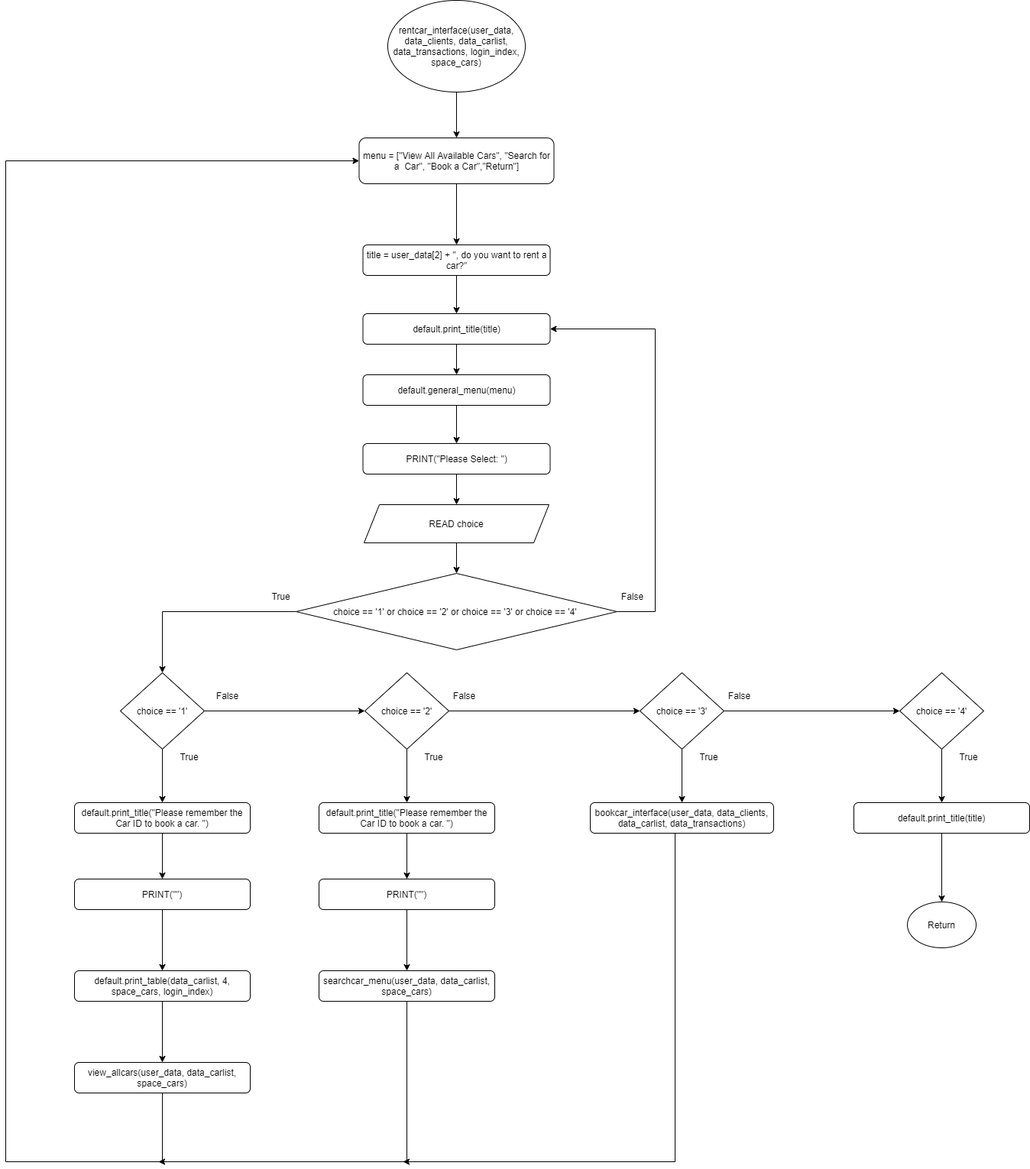
The draw.io diagram Flowchart/clients/rentcar_interface.png in RabbitBear00/Car-Rental-System, before a commit. Source tidied: cells renumbered, new cells last; positions are measured from the earlier drawing's top-left corner, leaving out a move shared by most shapes.
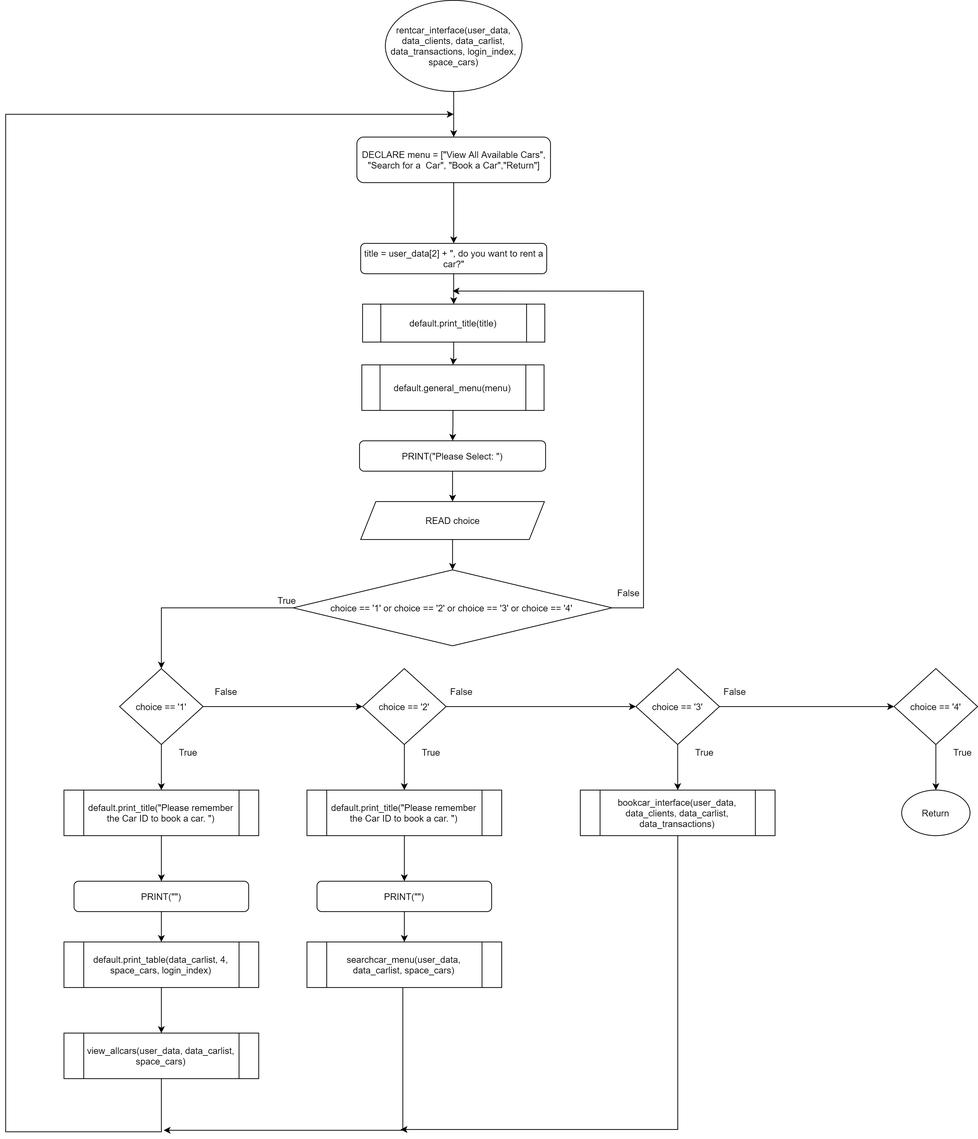
Above is the later version.

The edit, as a diff of the source:
```diff
@@ -11,162 +11,80 @@
     <mxCell id="4" style="edgeStyle=orthogonalEdgeStyle;rounded=0;jettySize=auto;html=1;" parent="1" edge="1" source="5" target="7">
       <mxGeometry relative="1" as="geometry" />
     </mxCell>
-    <mxCell id="5" value="menu = [&quot;View All Available Cars&quot;, &quot;Search for a  Car&quot;, &quot;Book a Car&quot;,&quot;Return&quot;]" style="rounded=1;whiteSpace=wrap;html=1;" parent="1" vertex="1">
+    <mxCell id="5" value="DECLARE menu = [&quot;View All Available Cars&quot;, &quot;Search for a  Car&quot;, &quot;Book a Car&quot;,&quot;Return&quot;]" style="rounded=1;whiteSpace=wrap;html=1;" parent="1" vertex="1">
       <mxGeometry x="462.5" y="180" width="255" height="60" as="geometry" />
     </mxCell>
-    <mxCell id="6" style="edgeStyle=orthogonalEdgeStyle;rounded=0;jettySize=auto;html=1;" parent="1" edge="1" source="7" target="12">
-      <mxGeometry relative="1" as="geometry" />
-    </mxCell>
+    <mxCell id="58" style="edgeStyle=orthogonalEdgeStyle;rounded=0;jettySize=auto;html=1;endArrow=classic;endFill=1;" parent="1" edge="1" source="7" target="64">
+      <mxGeometry relative="1" as="geometry" />
+    </mxCell>
     <mxCell id="7" value="title = user_data[2] + &quot;, do you want to rent a car?&quot;" style="rounded=1;whiteSpace=wrap;html=1;" parent="1" vertex="1">
       <mxGeometry x="467.5" y="320" width="245" height="40" as="geometry" />
     </mxCell>
     <mxCell id="8" style="edgeStyle=orthogonalEdgeStyle;rounded=0;jettySize=auto;html=1;exitX=0;exitY=0.5;exitDx=0;exitDy=0;entryX=0.5;entryY=0;entryDx=0;entryDy=0;" parent="1" edge="1" source="10" target="21">
       <mxGeometry relative="1" as="geometry" />
     </mxCell>
-    <mxCell id="9" style="edgeStyle=orthogonalEdgeStyle;rounded=0;jettySize=auto;html=1;entryX=1;entryY=0.5;entryDx=0;entryDy=0;" parent="1" edge="1" source="10" target="12">
-      <mxGeometry relative="1" as="geometry">
-        <Array as="points">
-          <mxPoint x="850" y="800" />
-          <mxPoint x="850" y="430" />
-        </Array>
-      </mxGeometry>
-    </mxCell>
+    <mxCell id="59" style="edgeStyle=orthogonalEdgeStyle;rounded=0;jettySize=auto;html=1;endArrow=classic;endFill=1;" parent="1" edge="1" source="10">
+      <mxGeometry relative="1" as="geometry">
+        <mxPoint x="588.5" y="382.8" as="targetPoint" />
+        <Array as="points">
+          <mxPoint x="840" y="800" />
+          <mxPoint x="840" y="383" />
+        </Array>
+      </mxGeometry>
+    </mxCell>
     <mxCell id="10" value="choice == '1' or choice == '2' or choice == '3' or choice == '4'&amp;nbsp;" style="rhombus;whiteSpace=wrap;html=1;" parent="1" vertex="1">
-      <mxGeometry x="380" y="750" width="420" height="100" as="geometry" />
+      <mxGeometry x="378.5" y="750" width="420" height="100" as="geometry" />
     </mxCell>
-    <mxCell id="11" style="edgeStyle=orthogonalEdgeStyle;rounded=0;jettySize=auto;html=1;" parent="1" edge="1" source="12" target="14">
-      <mxGeometry relative="1" as="geometry" />
-    </mxCell>
-    <mxCell id="12" value="default.print_title(title)" style="rounded=1;whiteSpace=wrap;html=1;" parent="1" vertex="1">
-      <mxGeometry x="467.5" y="410" width="245" height="40" as="geometry" />
-    </mxCell>
-    <mxCell id="13" style="edgeStyle=orthogonalEdgeStyle;rounded=0;jettySize=auto;html=1;" parent="1" edge="1" source="14" target="16">
-      <mxGeometry relative="1" as="geometry" />
-    </mxCell>
-    <mxCell id="14" value="default.general_menu(menu)" style="rounded=1;whiteSpace=wrap;html=1;" parent="1" vertex="1">
-      <mxGeometry x="467.5" y="490" width="245" height="40" as="geometry" />
-    </mxCell>
     <mxCell id="15" style="edgeStyle=orthogonalEdgeStyle;rounded=0;jettySize=auto;html=1;" parent="1" edge="1" source="16" target="18">
       <mxGeometry relative="1" as="geometry" />
     </mxCell>
     <mxCell id="16" value="PRINT(&quot;Please Select: &quot;)" style="rounded=1;whiteSpace=wrap;html=1;" parent="1" vertex="1">
-      <mxGeometry x="467.5" y="580" width="245" height="40" as="geometry" />
+      <mxGeometry x="466" y="580" width="245" height="40" as="geometry" />
     </mxCell>
     <mxCell id="17" style="edgeStyle=orthogonalEdgeStyle;rounded=0;jettySize=auto;html=1;" parent="1" edge="1" source="18" target="10">
       <mxGeometry relative="1" as="geometry" />
     </mxCell>
     <mxCell id="18" value="READ choice" style="shape=parallelogram;perimeter=parallelogramPerimeter;whiteSpace=wrap;html=1;fixedSize=1;" parent="1" vertex="1">
-      <mxGeometry x="469" y="660" width="242" height="50" as="geometry" />
+      <mxGeometry x="467.5" y="660" width="242" height="50" as="geometry" />
     </mxCell>
     <mxCell id="19" style="edgeStyle=orthogonalEdgeStyle;rounded=0;jettySize=auto;html=1;exitX=1;exitY=0.5;exitDx=0;exitDy=0;entryX=0;entryY=0.5;entryDx=0;entryDy=0;" parent="1" edge="1" source="21" target="24">
       <mxGeometry relative="1" as="geometry" />
     </mxCell>
-    <mxCell id="20" style="edgeStyle=orthogonalEdgeStyle;rounded=0;jettySize=auto;html=1;" parent="1" edge="1" source="21" target="31">
-      <mxGeometry relative="1" as="geometry" />
-    </mxCell>
+    <mxCell id="60" style="edgeStyle=orthogonalEdgeStyle;rounded=0;jettySize=auto;html=1;endArrow=classic;endFill=1;" parent="1" edge="1" source="21" target="66">
+      <mxGeometry relative="1" as="geometry" />
+    </mxCell>
     <mxCell id="21" value="choice == '1'" style="rhombus;whiteSpace=wrap;html=1;" parent="1" vertex="1">
       <mxGeometry x="150" y="880" width="110" height="100" as="geometry" />
     </mxCell>
     <mxCell id="22" style="edgeStyle=orthogonalEdgeStyle;rounded=0;jettySize=auto;html=1;exitX=1;exitY=0.5;exitDx=0;exitDy=0;entryX=0;entryY=0.5;entryDx=0;entryDy=0;" parent="1" edge="1" source="24" target="27">
       <mxGeometry relative="1" as="geometry" />
     </mxCell>
-    <mxCell id="23" style="edgeStyle=orthogonalEdgeStyle;rounded=0;jettySize=auto;html=1;" parent="1" edge="1" source="24" target="33">
-      <mxGeometry relative="1" as="geometry" />
-    </mxCell>
+    <mxCell id="61" style="edgeStyle=orthogonalEdgeStyle;rounded=0;jettySize=auto;html=1;endArrow=classic;endFill=1;" parent="1" edge="1" source="24" target="71">
+      <mxGeometry relative="1" as="geometry" />
+    </mxCell>
     <mxCell id="24" value="choice == '2'" style="rhombus;whiteSpace=wrap;html=1;" parent="1" vertex="1">
       <mxGeometry x="470" y="880" width="110" height="100" as="geometry" />
     </mxCell>
     <mxCell id="25" style="edgeStyle=orthogonalEdgeStyle;rounded=0;jettySize=auto;html=1;exitX=1;exitY=0.5;exitDx=0;exitDy=0;entryX=0;entryY=0.5;entryDx=0;entryDy=0;" parent="1" edge="1" source="27" target="29">
       <mxGeometry relative="1" as="geometry" />
     </mxCell>
-    <mxCell id="26" style="edgeStyle=orthogonalEdgeStyle;rounded=0;jettySize=auto;html=1;" parent="1" edge="1" source="27" target="35">
+    <mxCell id="26" style="edgeStyle=orthogonalEdgeStyle;rounded=0;jettySize=auto;html=1;endArrow=classic;endFill=1;" parent="1" edge="1" source="27" target="35">
       <mxGeometry relative="1" as="geometry" />
     </mxCell>
     <mxCell id="27" value="choice == '3'" style="rhombus;whiteSpace=wrap;html=1;" parent="1" vertex="1">
       <mxGeometry x="830" y="880" width="110" height="100" as="geometry" />
     </mxCell>
-    <mxCell id="28" style="edgeStyle=orthogonalEdgeStyle;rounded=0;jettySize=auto;html=1;" parent="1" edge="1" source="29" target="37">
-      <mxGeometry relative="1" as="geometry" />
-    </mxCell>
+    <mxCell id="62" style="edgeStyle=orthogonalEdgeStyle;rounded=0;jettySize=auto;html=1;endArrow=classic;endFill=1;" parent="1" edge="1" source="29" target="57">
+      <mxGeometry relative="1" as="geometry" />
+    </mxCell>
     <mxCell id="29" value="choice == '4'" style="rhombus;whiteSpace=wrap;html=1;" parent="1" vertex="1">
       <mxGeometry x="1170" y="880" width="110" height="100" as="geometry" />
     </mxCell>
-    <mxCell id="30" style="edgeStyle=orthogonalEdgeStyle;rounded=0;jettySize=auto;html=1;" parent="1" edge="1" source="31" target="39">
-      <mxGeometry relative="1" as="geometry" />
-    </mxCell>
-    <mxCell id="31" value="default.print_title(&quot;Please remember the Car ID to book a car. &quot;)" style="rounded=1;whiteSpace=wrap;html=1;" parent="1" vertex="1">
-      <mxGeometry x="90" y="1050" width="230" height="40" as="geometry" />
-    </mxCell>
-    <mxCell id="32" style="edgeStyle=orthogonalEdgeStyle;rounded=0;jettySize=auto;html=1;" parent="1" edge="1" source="33" target="41">
-      <mxGeometry relative="1" as="geometry" />
-    </mxCell>
-    <mxCell id="33" value="default.print_title(&quot;Please remember the Car ID to book a car. &quot;)" style="rounded=1;whiteSpace=wrap;html=1;" parent="1" vertex="1">
-      <mxGeometry x="410" y="1050" width="230" height="40" as="geometry" />
-    </mxCell>
-    <mxCell id="34" style="edgeStyle=orthogonalEdgeStyle;rounded=0;orthogonalLoop=1;jettySize=auto;html=1;" parent="1" edge="1">
-      <mxGeometry relative="1" as="geometry">
-        <mxPoint x="876" y="1090" as="sourcePoint" />
-        <mxPoint x="520" y="1520" as="targetPoint" />
-        <Array as="points">
-          <mxPoint x="876" y="1520" />
-        </Array>
-      </mxGeometry>
-    </mxCell>
-    <mxCell id="35" value="bookcar_interface(user_data, data_clients, data_carlist, data_transactions)" style="rounded=1;whiteSpace=wrap;html=1;" parent="1" vertex="1">
-      <mxGeometry x="765" y="1050" width="240" height="40" as="geometry" />
-    </mxCell>
-    <mxCell id="36" style="edgeStyle=orthogonalEdgeStyle;rounded=0;jettySize=auto;html=1;entryX=0.5;entryY=0;entryDx=0;entryDy=0;" parent="1" edge="1" source="37" target="57">
-      <mxGeometry relative="1" as="geometry" />
-    </mxCell>
-    <mxCell id="37" value="default.print_title(title)" style="rounded=1;whiteSpace=wrap;html=1;" parent="1" vertex="1">
-      <mxGeometry x="1110" y="1050" width="230" height="40" as="geometry" />
-    </mxCell>
-    <mxCell id="38" style="edgeStyle=orthogonalEdgeStyle;rounded=0;jettySize=auto;html=1;" parent="1" edge="1" source="39" target="43">
-      <mxGeometry relative="1" as="geometry" />
-    </mxCell>
-    <mxCell id="39" value="PRINT(&quot;&quot;)" style="rounded=1;whiteSpace=wrap;html=1;" parent="1" vertex="1">
-      <mxGeometry x="90" y="1150" width="230" height="40" as="geometry" />
-    </mxCell>
-    <mxCell id="40" style="edgeStyle=orthogonalEdgeStyle;rounded=0;jettySize=auto;html=1;" parent="1" edge="1" source="41" target="47">
-      <mxGeometry relative="1" as="geometry" />
-    </mxCell>
-    <mxCell id="41" value="PRINT(&quot;&quot;)" style="rounded=1;whiteSpace=wrap;html=1;" parent="1" vertex="1">
-      <mxGeometry x="410" y="1150" width="230" height="40" as="geometry" />
-    </mxCell>
-    <mxCell id="42" style="edgeStyle=orthogonalEdgeStyle;rounded=0;jettySize=auto;html=1;" parent="1" edge="1" source="43" target="45">
-      <mxGeometry relative="1" as="geometry" />
-    </mxCell>
-    <mxCell id="43" value="default.print_table(data_carlist, 4, space_cars, login_index)" style="rounded=1;whiteSpace=wrap;html=1;" parent="1" vertex="1">
-      <mxGeometry x="90" y="1270" width="230" height="40" as="geometry" />
-    </mxCell>
-    <mxCell id="44" style="edgeStyle=orthogonalEdgeStyle;rounded=0;jettySize=auto;html=1;exitX=0.5;exitY=1;exitDx=0;exitDy=0;entryX=0;entryY=0.5;entryDx=0;entryDy=0;" parent="1" edge="1" source="45" target="5">
-      <mxGeometry relative="1" as="geometry">
-        <Array as="points">
-          <mxPoint x="205" y="1520" />
-          <mxPoint y="1520" />
-          <mxPoint y="210" />
-        </Array>
-      </mxGeometry>
-    </mxCell>
-    <mxCell id="45" value="view_allcars(user_data, data_carlist, space_cars)" style="rounded=1;whiteSpace=wrap;html=1;" parent="1" vertex="1">
-      <mxGeometry x="90" y="1390" width="230" height="40" as="geometry" />
-    </mxCell>
-    <mxCell id="46" style="edgeStyle=orthogonalEdgeStyle;rounded=0;jettySize=auto;html=1;" parent="1" edge="1" source="47">
-      <mxGeometry relative="1" as="geometry">
-        <mxPoint x="200" y="1520" as="targetPoint" />
-        <Array as="points">
-          <mxPoint x="525" y="1520" />
-        </Array>
-      </mxGeometry>
-    </mxCell>
-    <mxCell id="47" value="searchcar_menu(user_data, data_carlist, space_cars)" style="rounded=1;whiteSpace=wrap;html=1;" parent="1" vertex="1">
-      <mxGeometry x="410" y="1270" width="230" height="40" as="geometry" />
-    </mxCell>
     <mxCell id="48" value="False" style="text;html=1;align=center;verticalAlign=middle;strokeColor=none;" parent="1" vertex="1">
       <mxGeometry x="800" y="770" width="40" height="20" as="geometry" />
     </mxCell>
     <mxCell id="49" value="True" style="text;html=1;align=center;verticalAlign=middle;strokeColor=none;" parent="1" vertex="1">
-      <mxGeometry x="340" y="770" width="40" height="20" as="geometry" />
+      <mxGeometry x="350" y="780" width="40" height="20" as="geometry" />
     </mxCell>
     <mxCell id="50" value="False" style="text;html=1;align=center;verticalAlign=middle;strokeColor=none;" parent="1" vertex="1">
       <mxGeometry x="270" y="900" width="40" height="20" as="geometry" />
@@ -190,7 +108,86 @@
       <mxGeometry x="1240" y="980" width="40" height="20" as="geometry" />
     </mxCell>
     <mxCell id="57" value="Return" style="ellipse;whiteSpace=wrap;html=1;" parent="1" vertex="1">
-      <mxGeometry x="1180" y="1180" width="90" height="60" as="geometry" />
+      <mxGeometry x="1180" y="1040" width="90" height="60" as="geometry" />
     </mxCell>
+    <mxCell id="63" style="edgeStyle=orthogonalEdgeStyle;rounded=0;jettySize=auto;html=1;endArrow=classic;endFill=1;" parent="1" edge="1" source="64" target="14">
+      <mxGeometry relative="1" as="geometry" />
+    </mxCell>
+    <mxCell id="64" value="default.print_title(title)" style="shape=process;whiteSpace=wrap;html=1;backgroundOutline=1;" parent="1" vertex="1">
+      <mxGeometry x="470" y="400" width="240" height="50" as="geometry" />
+    </mxCell>
+    <mxCell id="13" style="edgeStyle=orthogonalEdgeStyle;rounded=0;jettySize=auto;html=1;endArrow=classic;endFill=1;" parent="1" edge="1" source="14" target="16">
+      <mxGeometry relative="1" as="geometry" />
+    </mxCell>
+    <mxCell id="14" value="default.general_menu(menu)" style="shape=process;whiteSpace=wrap;html=1;backgroundOutline=1;" parent="1" vertex="1">
+      <mxGeometry x="469" y="480" width="240" height="60" as="geometry" />
+    </mxCell>
+    <mxCell id="65" style="edgeStyle=orthogonalEdgeStyle;rounded=0;jettySize=auto;html=1;endArrow=classic;endFill=1;" parent="1" edge="1" source="66" target="68">
+      <mxGeometry relative="1" as="geometry" />
+    </mxCell>
+    <mxCell id="66" value="default.print_title(&quot;Please remember the Car ID to book a car. &quot;)" style="shape=process;whiteSpace=wrap;html=1;backgroundOutline=1;" parent="1" vertex="1">
+      <mxGeometry x="76.8" y="1040" width="256.5" height="60" as="geometry" />
+    </mxCell>
+    <mxCell id="67" style="edgeStyle=orthogonalEdgeStyle;rounded=0;jettySize=auto;html=1;endArrow=classic;endFill=1;" parent="1" edge="1" source="68" target="43">
+      <mxGeometry relative="1" as="geometry" />
+    </mxCell>
+    <mxCell id="68" value="PRINT(&quot;&quot;)" style="rounded=1;whiteSpace=wrap;html=1;" parent="1" vertex="1">
+      <mxGeometry x="90" y="1160" width="230" height="40" as="geometry" />
+    </mxCell>
+    <mxCell id="42" style="edgeStyle=orthogonalEdgeStyle;rounded=0;jettySize=auto;html=1;endArrow=classic;endFill=1;" parent="1" edge="1" source="43" target="45">
+      <mxGeometry relative="1" as="geometry" />
+    </mxCell>
+    <mxCell id="43" value="default.print_table(data_carlist, 4, space_cars, login_index)" style="shape=process;whiteSpace=wrap;html=1;backgroundOutline=1;" parent="1" vertex="1">
+      <mxGeometry x="76.8" y="1240" width="256.5" height="60" as="geometry" />
+    </mxCell>
+    <mxCell id="69" style="edgeStyle=orthogonalEdgeStyle;rounded=0;jettySize=auto;html=1;endArrow=classic;endFill=1;exitX=0.5;exitY=1;exitDx=0;exitDy=0;" parent="1" edge="1" source="45">
+      <mxGeometry relative="1" as="geometry">
+        <mxPoint x="590" y="150" as="targetPoint" />
+        <Array as="points">
+          <mxPoint x="205" y="1490" />
+          <mxPoint y="1490" />
+          <mxPoint y="150" />
+        </Array>
+      </mxGeometry>
+    </mxCell>
+    <mxCell id="45" value="view_allcars(user_data, data_carlist, space_cars)" style="shape=process;whiteSpace=wrap;html=1;backgroundOutline=1;" parent="1" vertex="1">
+      <mxGeometry x="76.8" y="1360" width="256.5" height="60" as="geometry" />
+    </mxCell>
+    <mxCell id="70" style="edgeStyle=orthogonalEdgeStyle;rounded=0;jettySize=auto;html=1;endArrow=classic;endFill=1;" parent="1" edge="1" source="71" target="73">
+      <mxGeometry relative="1" as="geometry" />
+    </mxCell>
+    <mxCell id="71" value="default.print_title(&quot;Please remember the Car ID to book a car. &quot;)" style="shape=process;whiteSpace=wrap;html=1;backgroundOutline=1;" parent="1" vertex="1">
+      <mxGeometry x="396.8" y="1040" width="256.5" height="60" as="geometry" />
+    </mxCell>
+    <mxCell id="72" style="edgeStyle=orthogonalEdgeStyle;rounded=0;jettySize=auto;html=1;endArrow=classic;endFill=1;" parent="1" edge="1" source="73" target="47">
+      <mxGeometry relative="1" as="geometry" />
+    </mxCell>
+    <mxCell id="73" value="PRINT(&quot;&quot;)" style="rounded=1;whiteSpace=wrap;html=1;" parent="1" vertex="1">
+      <mxGeometry x="410" y="1160" width="230" height="40" as="geometry" />
+    </mxCell>
+    <mxCell id="74" style="edgeStyle=orthogonalEdgeStyle;rounded=0;orthogonalLoop=1;jettySize=auto;html=1;endArrow=classic;endFill=1;" parent="1" edge="1">
+      <mxGeometry relative="1" as="geometry">
+        <mxPoint x="523" y="1298" as="sourcePoint" />
+        <mxPoint x="208" y="1488" as="targetPoint" />
+        <Array as="points">
+          <mxPoint x="523" y="1488" />
+        </Array>
+      </mxGeometry>
+    </mxCell>
+    <mxCell id="47" value="searchcar_menu(user_data, data_carlist, space_cars)" style="shape=process;whiteSpace=wrap;html=1;backgroundOutline=1;" parent="1" vertex="1">
+      <mxGeometry x="396.8" y="1240" width="256.5" height="60" as="geometry" />
+    </mxCell>
+    <mxCell id="75" style="edgeStyle=orthogonalEdgeStyle;rounded=0;orthogonalLoop=1;jettySize=auto;html=1;endArrow=classic;endFill=1;" parent="1" edge="1">
+      <mxGeometry relative="1" as="geometry">
+        <mxPoint x="885.1" y="1097" as="sourcePoint" />
+        <mxPoint x="520" y="1487" as="targetPoint" />
+        <Array as="points">
+          <mxPoint x="885" y="1487" />
+        </Array>
+      </mxGeometry>
+    </mxCell>
+    <mxCell id="35" value="bookcar_interface(user_data, data_clients, data_carlist, data_transactions)" style="shape=process;whiteSpace=wrap;html=1;backgroundOutline=1;" parent="1" vertex="1">
+      <mxGeometry x="756.8" y="1040" width="256.5" height="60" as="geometry" />
+    </mxCell>
   </root>
 </mxGraphModel>
```
